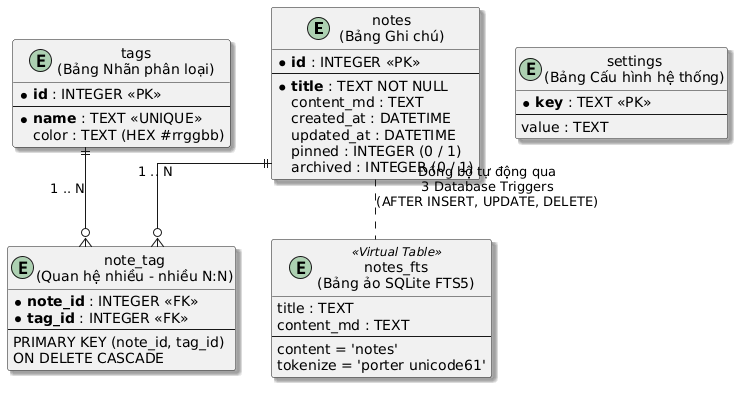
Above: docs/diagrams/schema_er.png in dotlinux26/marknote (PlantUML), before the change.
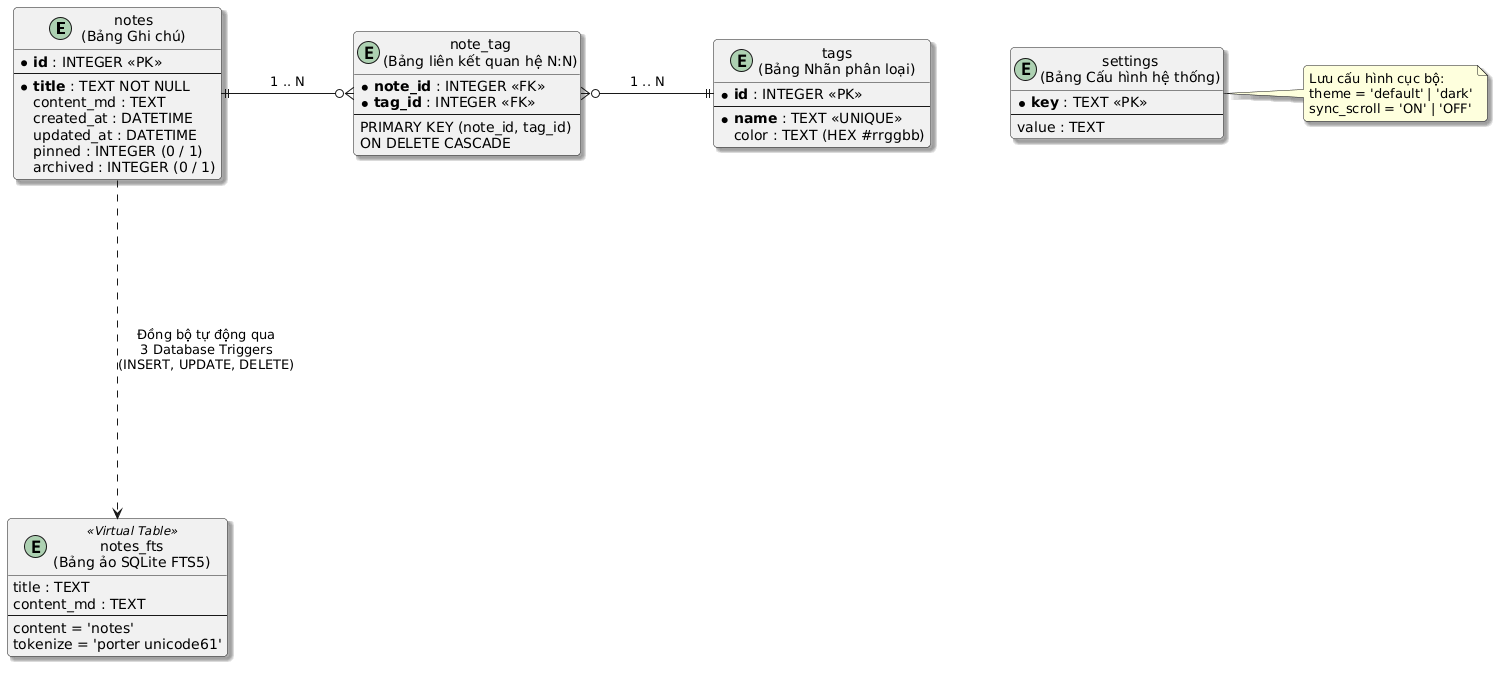
Above is the later version.

What changed in the source:
```diff
@@ -1,8 +1,16 @@
 @startuml
 skinparam defaultFontName "Segoe UI"
-skinparam monochrome false
+skinparam ranksep 85
+skinparam nodesep 80
 skinparam shadowing true
-skinparam linetype ortho
+skinparam roundcorner 8
+
+skinparam entity {
+  BackgroundColor #FFFFFF
+  BorderColor #2563EB
+  ArrowColor #4F46E5
+  FontSize 12
+}
 
 entity "notes\n(Bảng Ghi chú)" as notes {
   * **id** : INTEGER <<PK>>
@@ -22,7 +30,7 @@
   color : TEXT (HEX #rrggbb)
 }
 
-entity "note_tag\n(Quan hệ nhiều - nhiều N:N)" as note_tag {
+entity "note_tag\n(Bảng liên kết quan hệ N:N)" as note_tag {
   * **note_id** : INTEGER <<FK>>
   * **tag_id** : INTEGER <<FK>>
   --
@@ -44,8 +52,14 @@
   tokenize = 'porter unicode61'
 }
 
-notes ||--o{ note_tag : "1 .. N"
-tags ||--o{ note_tag : "1 .. N"
+notes ||--right--o{ note_tag : "  1 .. N  "
+tags ||--left--o{ note_tag : "  1 .. N  "
 
-notes .. notes_fts : "Đồng bộ tự động qua\n3 Database Triggers\n(AFTER INSERT, UPDATE, DELETE)"
+notes ..down..> notes_fts : "\nĐồng bộ tự động qua\n3 Database Triggers\n(INSERT, UPDATE, DELETE)\n"
+
+note right of settings
+  Lưu cấu hình cục bộ:
+  theme = 'default' | 'dark'
+  sync_scroll = 'ON' | 'OFF'
+end note
 @enduml
```
